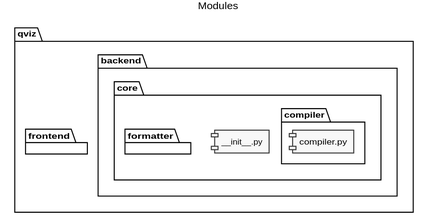
iroumec/qviz keeps this PlantUML diagram as documentation/diagrams/svg/Modules.svg. Above is the earlier version.
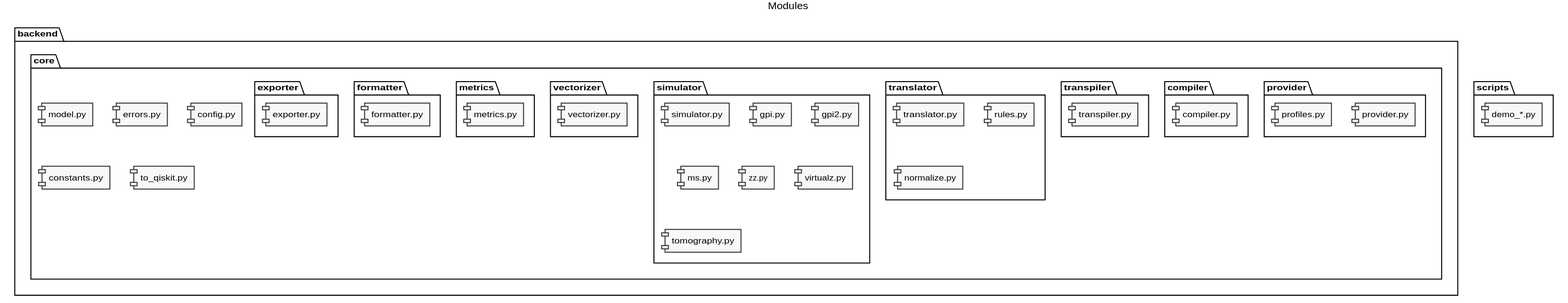
Above is the later version.

Diff of the diagram source:
```diff
@@ -21,24 +21,56 @@
 
 title Modules
 
-package "qviz" {
+package "backend" {
 
-    package "backend" {
+    package "core" {
+        [model.py]
+        [errors.py]
+        [config.py]
+        [constants.py]
+        [to_qiskit.py]
 
-        package "core" {
-            [__init__.py]
-            package "compiler" {
-                [compiler.py]
-            }
-            package "formatter" {
-
-            }
+        package "provider" {
+            [provider.py]
+            [profiles.py]
         }
-    }
-
-    package "frontend" {
-
+        package "compiler" {
+            [compiler.py]
+        }
+        package "transpiler" {
+            [transpiler.py]
+        }
+        package "translator" {
+            [translator.py]
+            [rules.py]
+            [normalize.py]
+        }
+        package "simulator" {
+            [simulator.py]
+            [gpi.py]
+            [gpi2.py]
+            [ms.py]
+            [zz.py]
+            [virtualz.py]
+            [tomography.py]
+        }
+        package "vectorizer" {
+            [vectorizer.py]
+        }
+        package "metrics" {
+            [metrics.py]
+        }
+        package "formatter" {
+            [formatter.py]
+        }
+        package "exporter" {
+            [exporter.py]
+        }
     }
 }
 
+package "scripts" {
+    [demo_*.py]
+}
+
 @enduml
```
